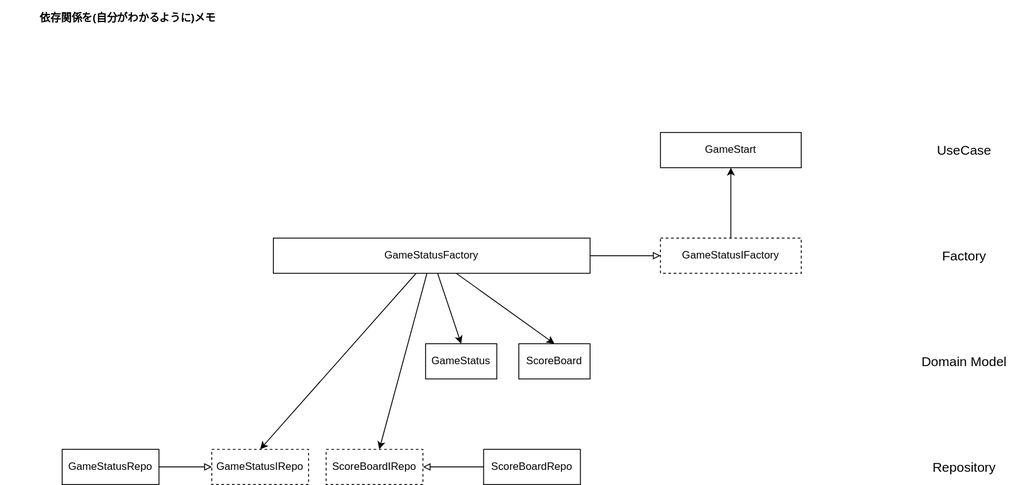
Before: docs/dependency.drawio.svg, a diagram exported from draw.io (landcelita/mahjong-management-bot). Source tidied: cells renumbered, new cells last; positions are measured from the earlier drawing's top-left corner, leaving out a move shared by most shapes. Source of this version:
```xml
<mxGraphModel>
  <root>
    <mxCell id="0" />
    <mxCell id="1" parent="0" />
    <mxCell id="2" value="依存関係を(自分がわかるように)メモ" style="text;html=1;strokeColor=none;fillColor=none;align=center;verticalAlign=middle;whiteSpace=wrap;rounded=0;fontStyle=1;" parent="1" vertex="1">
      <mxGeometry width="290" height="40" as="geometry" />
    </mxCell>
    <mxCell id="3" style="edgeStyle=none;html=1;entryX=0.5;entryY=0;entryDx=0;entryDy=0;" parent="1" edge="1" source="8" target="9">
      <mxGeometry relative="1" as="geometry" />
    </mxCell>
    <mxCell id="4" style="edgeStyle=none;html=1;entryX=0.5;entryY=0;entryDx=0;entryDy=0;" parent="1" edge="1" source="8" target="10">
      <mxGeometry relative="1" as="geometry" />
    </mxCell>
    <mxCell id="5" style="edgeStyle=none;html=1;" parent="1" edge="1" source="8" target="12">
      <mxGeometry relative="1" as="geometry" />
    </mxCell>
    <mxCell id="6" style="edgeStyle=none;html=1;entryX=0.5;entryY=0;entryDx=0;entryDy=0;" parent="1" edge="1" source="8" target="11">
      <mxGeometry relative="1" as="geometry" />
    </mxCell>
    <mxCell id="7" style="edgeStyle=none;html=1;entryX=0;entryY=0.5;entryDx=0;entryDy=0;endArrow=block;endFill=0;" parent="1" edge="1" source="8" target="18">
      <mxGeometry relative="1" as="geometry" />
    </mxCell>
    <mxCell id="8" value="GameStatusFactory" style="whiteSpace=wrap;html=1;" parent="1" vertex="1">
      <mxGeometry x="310" y="270" width="360" height="40" as="geometry" />
    </mxCell>
    <mxCell id="9" value="GameStatus" style="whiteSpace=wrap;html=1;" parent="1" vertex="1">
      <mxGeometry x="483" y="390" width="81" height="40" as="geometry" />
    </mxCell>
    <mxCell id="10" value="ScoreBoard" style="whiteSpace=wrap;html=1;" parent="1" vertex="1">
      <mxGeometry x="589" y="390" width="81" height="40" as="geometry" />
    </mxCell>
    <mxCell id="11" value="GameStatusIRepo" style="rounded=0;whiteSpace=wrap;html=1;dashed=1;" parent="1" vertex="1">
      <mxGeometry x="240" y="510" width="110" height="40" as="geometry" />
    </mxCell>
    <mxCell id="12" value="ScoreBoardIRepo" style="rounded=0;whiteSpace=wrap;html=1;dashed=1;" parent="1" vertex="1">
      <mxGeometry x="370" y="510" width="110" height="40" as="geometry" />
    </mxCell>
    <mxCell id="13" style="edgeStyle=none;html=1;entryX=0;entryY=0.5;entryDx=0;entryDy=0;endArrow=block;endFill=0;" parent="1" edge="1" source="14" target="11">
      <mxGeometry relative="1" as="geometry" />
    </mxCell>
    <mxCell id="14" value="GameStatusRepo" style="whiteSpace=wrap;html=1;" parent="1" vertex="1">
      <mxGeometry x="70" y="510" width="110" height="40" as="geometry" />
    </mxCell>
    <mxCell id="15" style="edgeStyle=none;html=1;entryX=1;entryY=0.5;entryDx=0;entryDy=0;endArrow=block;endFill=0;" parent="1" edge="1" source="16" target="12">
      <mxGeometry relative="1" as="geometry" />
    </mxCell>
    <mxCell id="16" value="ScoreBoardRepo" style="whiteSpace=wrap;html=1;" parent="1" vertex="1">
      <mxGeometry x="549" y="510" width="110" height="40" as="geometry" />
    </mxCell>
    <mxCell id="17" style="edgeStyle=none;html=1;endArrow=classic;endFill=1;" parent="1" edge="1" source="18" target="19">
      <mxGeometry relative="1" as="geometry" />
    </mxCell>
    <mxCell id="18" value="GameStatusIFactory" style="rounded=0;whiteSpace=wrap;html=1;dashed=1;" parent="1" vertex="1">
      <mxGeometry x="750" y="270" width="160" height="40" as="geometry" />
    </mxCell>
    <mxCell id="19" value="GameStart" style="whiteSpace=wrap;html=1;" parent="1" vertex="1">
      <mxGeometry x="750" y="150" width="160" height="40" as="geometry" />
    </mxCell>
    <mxCell id="20" value="&lt;font style=&quot;font-size: 15px&quot;&gt;Repository&lt;/font&gt;" style="text;html=1;align=center;verticalAlign=middle;strokeColor=none;fillColor=none;" parent="1" vertex="1">
      <mxGeometry x="1050" y="520" width="90" height="20" as="geometry" />
    </mxCell>
    <mxCell id="21" value="&lt;font style=&quot;font-size: 15px&quot;&gt;Domain Model&lt;/font&gt;" style="text;html=1;align=center;verticalAlign=middle;strokeColor=none;fillColor=none;" parent="1" vertex="1">
      <mxGeometry x="1040" y="400" width="110" height="20" as="geometry" />
    </mxCell>
    <mxCell id="22" value="&lt;font style=&quot;font-size: 15px&quot;&gt;Factory&lt;/font&gt;" style="text;html=1;align=center;verticalAlign=middle;strokeColor=none;fillColor=none;" parent="1" vertex="1">
      <mxGeometry x="1060" y="280" width="70" height="20" as="geometry" />
    </mxCell>
    <mxCell id="23" value="&lt;font style=&quot;font-size: 15px&quot;&gt;UseCase&lt;/font&gt;" style="text;html=1;align=center;verticalAlign=middle;strokeColor=none;fillColor=none;" parent="1" vertex="1">
      <mxGeometry x="1055" y="160" width="80" height="20" as="geometry" />
    </mxCell>
  </root>
</mxGraphModel>
```
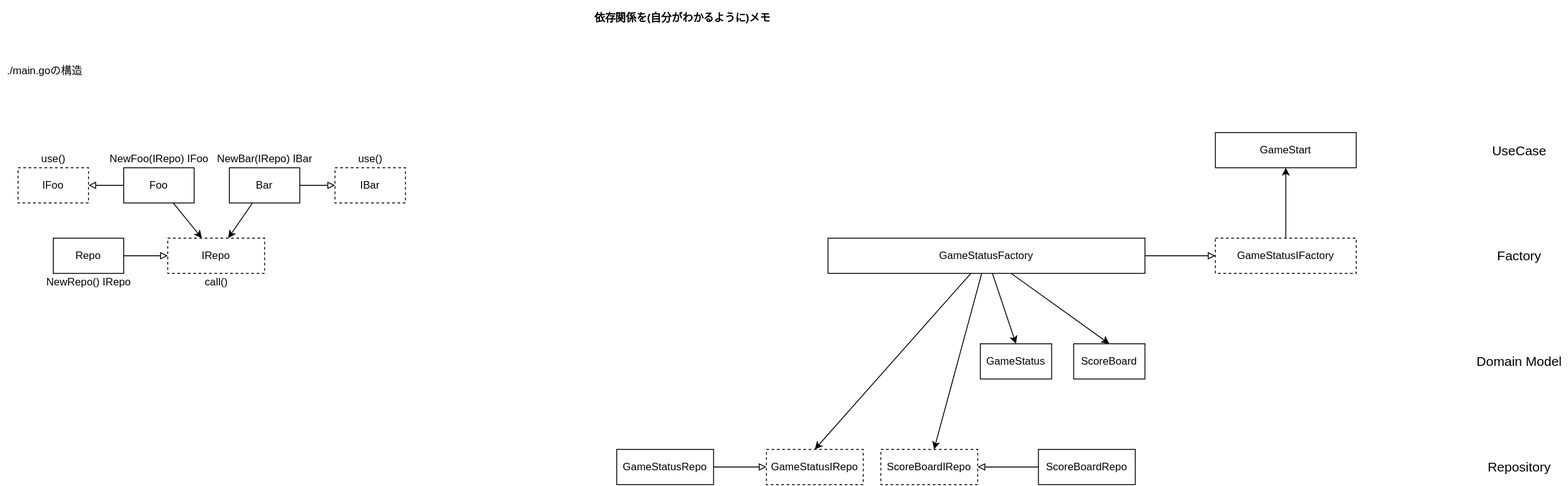
Later version of the same file.

The edit, as a diff of the source:
```diff
@@ -68,5 +68,59 @@
     <mxCell id="23" value="&lt;font style=&quot;font-size: 15px&quot;&gt;UseCase&lt;/font&gt;" style="text;html=1;align=center;verticalAlign=middle;strokeColor=none;fillColor=none;" parent="1" vertex="1">
       <mxGeometry x="1055" y="160" width="80" height="20" as="geometry" />
     </mxCell>
+    <mxCell id="24" value="./main.goの構造" style="text;html=1;align=center;verticalAlign=middle;strokeColor=none;fillColor=none;" parent="1" vertex="1">
+      <mxGeometry x="-630" y="70" width="100" height="20" as="geometry" />
+    </mxCell>
+    <mxCell id="25" style="edgeStyle=none;html=1;endArrow=classic;endFill=1;" parent="1" edge="1" source="27" target="31">
+      <mxGeometry relative="1" as="geometry" />
+    </mxCell>
+    <mxCell id="26" style="edgeStyle=none;html=1;entryX=1;entryY=0.5;entryDx=0;entryDy=0;endArrow=block;endFill=0;" parent="1" edge="1" source="27" target="32">
+      <mxGeometry relative="1" as="geometry" />
+    </mxCell>
+    <mxCell id="27" value="Foo" style="whiteSpace=wrap;html=1;" parent="1" vertex="1">
+      <mxGeometry x="-490" y="190" width="80" height="40" as="geometry" />
+    </mxCell>
+    <mxCell id="28" style="edgeStyle=none;html=1;endArrow=classic;endFill=1;" parent="1" edge="1" source="30" target="31">
+      <mxGeometry relative="1" as="geometry" />
+    </mxCell>
+    <mxCell id="29" style="edgeStyle=none;html=1;entryX=0;entryY=0.5;entryDx=0;entryDy=0;endArrow=block;endFill=0;" parent="1" edge="1" source="30" target="33">
+      <mxGeometry relative="1" as="geometry" />
+    </mxCell>
+    <mxCell id="30" value="Bar" style="whiteSpace=wrap;html=1;" parent="1" vertex="1">
+      <mxGeometry x="-370" y="190" width="80" height="40" as="geometry" />
+    </mxCell>
+    <mxCell id="31" value="IRepo" style="rounded=0;whiteSpace=wrap;html=1;dashed=1;" parent="1" vertex="1">
+      <mxGeometry x="-440" y="270" width="110" height="40" as="geometry" />
+    </mxCell>
+    <mxCell id="32" value="IFoo" style="rounded=0;whiteSpace=wrap;html=1;dashed=1;" parent="1" vertex="1">
+      <mxGeometry x="-610" y="190" width="80" height="40" as="geometry" />
+    </mxCell>
+    <mxCell id="33" value="IBar" style="rounded=0;whiteSpace=wrap;html=1;dashed=1;" parent="1" vertex="1">
+      <mxGeometry x="-250" y="190" width="80" height="40" as="geometry" />
+    </mxCell>
+    <mxCell id="34" style="edgeStyle=none;html=1;entryX=0;entryY=0.5;entryDx=0;entryDy=0;endArrow=block;endFill=0;" parent="1" edge="1" source="35" target="31">
+      <mxGeometry relative="1" as="geometry" />
+    </mxCell>
+    <mxCell id="35" value="Repo" style="whiteSpace=wrap;html=1;" parent="1" vertex="1">
+      <mxGeometry x="-570" y="270" width="80" height="40" as="geometry" />
+    </mxCell>
+    <mxCell id="36" value="use()" style="text;html=1;align=center;verticalAlign=middle;strokeColor=none;fillColor=none;" parent="1" vertex="1">
+      <mxGeometry x="-590" y="170" width="40" height="20" as="geometry" />
+    </mxCell>
+    <mxCell id="37" value="NewFoo(IRepo) IFoo" style="text;html=1;align=center;verticalAlign=middle;strokeColor=none;fillColor=none;" parent="1" vertex="1">
+      <mxGeometry x="-515" y="170" width="130" height="20" as="geometry" />
+    </mxCell>
+    <mxCell id="38" value="NewBar(IRepo) IBar" style="text;html=1;align=center;verticalAlign=middle;strokeColor=none;fillColor=none;" parent="1" vertex="1">
+      <mxGeometry x="-390" y="170" width="120" height="20" as="geometry" />
+    </mxCell>
+    <mxCell id="39" value="use()" style="text;html=1;align=center;verticalAlign=middle;strokeColor=none;fillColor=none;" parent="1" vertex="1">
+      <mxGeometry x="-230" y="170" width="40" height="20" as="geometry" />
+    </mxCell>
+    <mxCell id="40" value="NewRepo() IRepo" style="text;html=1;align=center;verticalAlign=middle;strokeColor=none;fillColor=none;" parent="1" vertex="1">
+      <mxGeometry x="-585" y="310" width="110" height="20" as="geometry" />
+    </mxCell>
+    <mxCell id="41" value="call()" style="text;html=1;align=center;verticalAlign=middle;strokeColor=none;fillColor=none;" parent="1" vertex="1">
+      <mxGeometry x="-405" y="310" width="40" height="20" as="geometry" />
+    </mxCell>
   </root>
 </mxGraphModel>
```
